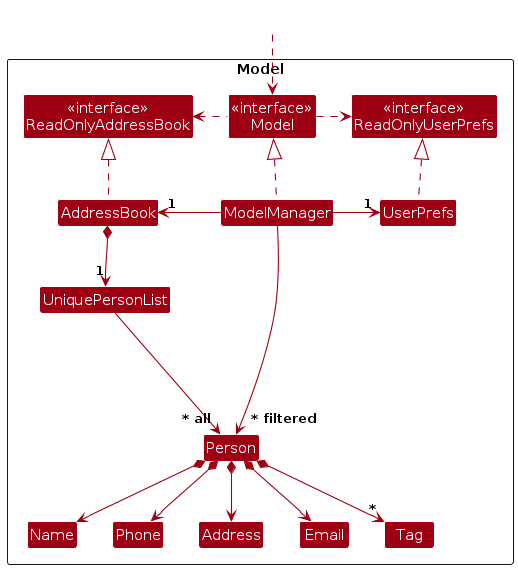
The PlantUML diagram diagrams/ModelClassDiagram.png in kaseyho/tp, before a commit. Its source is kept beside it as diagrams/ModelClassDiagram.puml. The source it was exported from:
```plantuml
@startuml
!include style.puml
skinparam arrowThickness 1.1
skinparam arrowColor MODEL_COLOR
skinparam classBackgroundColor MODEL_COLOR

Package Model as ModelPackage <<Rectangle>>{
Class "<<interface>>\nReadOnlyAddressBook" as ReadOnlyAddressBook
Class "<<interface>>\nReadOnlyUserPrefs" as ReadOnlyUserPrefs
Class "<<interface>>\nModel" as Model
Class AddressBook
Class ModelManager
Class UserPrefs

Class UniquePersonList
Class Person
Class Address
Class Email
Class Name
Class Phone
Class Tag

Class I #FFFFFF
}

Class HiddenOutside #FFFFFF
HiddenOutside ..> Model

AddressBook .up.|> ReadOnlyAddressBook

ModelManager .up.|> Model
Model .right.> ReadOnlyUserPrefs
Model .left.> ReadOnlyAddressBook
ModelManager -left-> "1" AddressBook
ModelManager -right-> "1" UserPrefs
UserPrefs .up.|> ReadOnlyUserPrefs

AddressBook *--> "1" UniquePersonList
UniquePersonList --> "~* all" Person
Person *--> Name
Person *--> Phone
Person *--> Email
Person *--> Address
Person *--> "*" Tag

Person -[hidden]up--> I
UniquePersonList -[hidden]right-> I

Name -[hidden]right-> Phone
Phone -[hidden]right-> Address
Address -[hidden]right-> Email

ModelManager --> "~* filtered" Person
@enduml
```
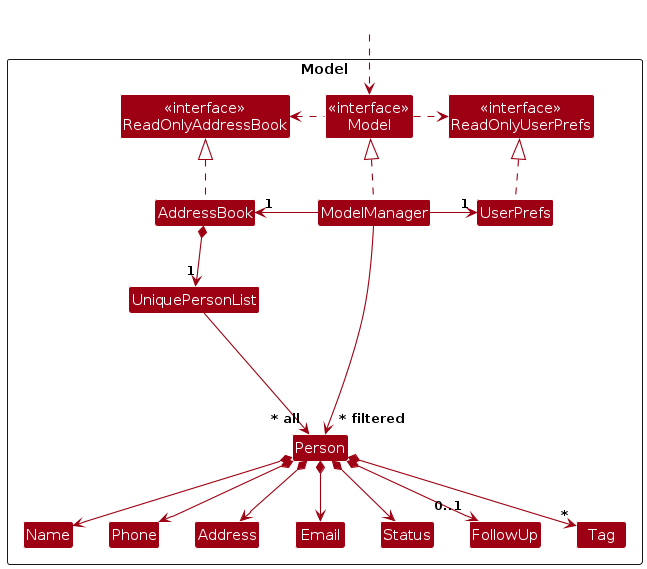
After the commit.

Change to the diagram source:
```diff
@@ -18,6 +18,8 @@
 Class Email
 Class Name
 Class Phone
+Class Status
+Class FollowUp
 Class Tag
 
 Class I #FFFFFF
@@ -41,6 +43,8 @@
 Person *--> Phone
 Person *--> Email
 Person *--> Address
+Person *--> Status
+Person *--> "0..1" FollowUp
 Person *--> "*" Tag
 
 Person -[hidden]up--> I
```
